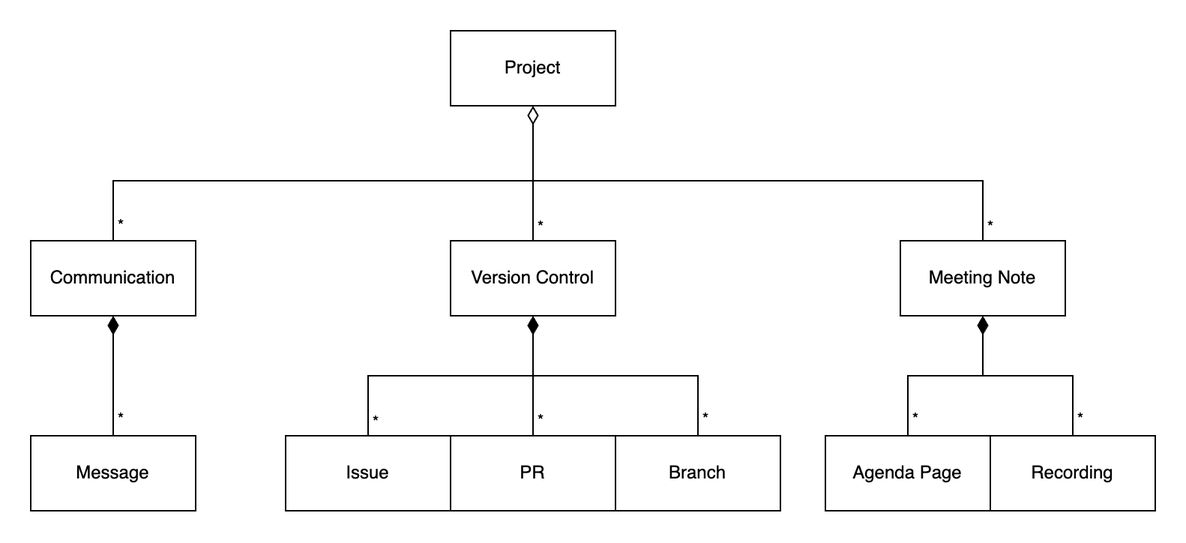
Earlier version of the draw.io export docs/aom.drawio.png (AET-DevOps25/team-scrumbags). Source tidied: cells renumbered, new cells last; positions are measured from the earlier drawing's top-left corner, leaving out a move shared by most shapes.
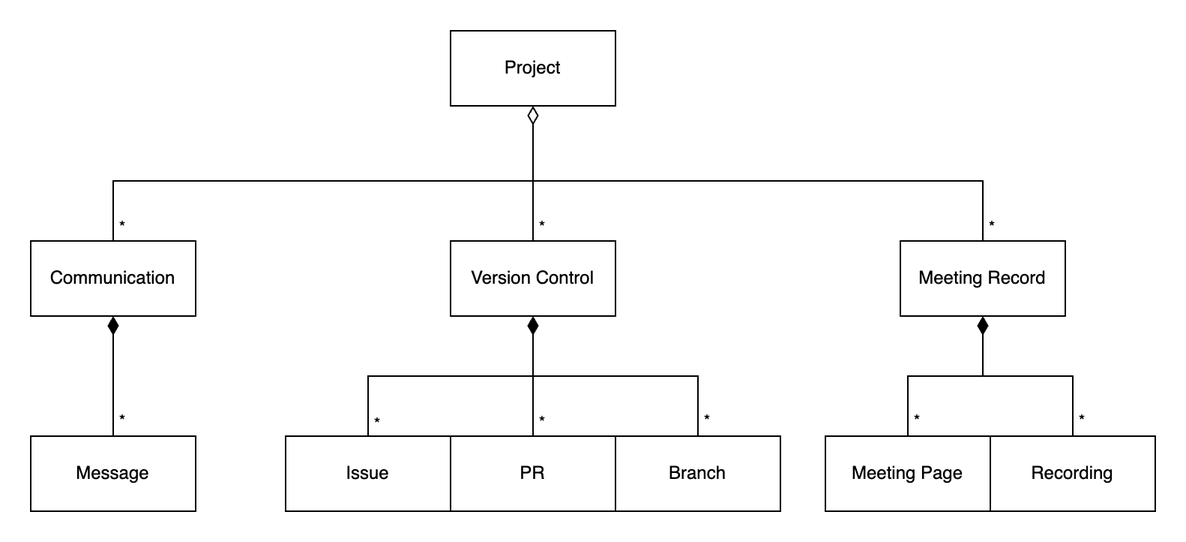
After the commit.

Commit message:
rename meeting notes to meeting records

Diff of the diagram source:
```diff
@@ -45,7 +45,7 @@
         <mxPoint x="4" y="5" as="offset" />
       </mxGeometry>
     </mxCell>
-    <mxCell id="11" value="Meeting Note" style="html=1;whiteSpace=wrap;" parent="1" vertex="1">
+    <mxCell id="11" value="Meeting Record" style="html=1;whiteSpace=wrap;" parent="1" vertex="1">
       <mxGeometry x="580" y="140" width="110" height="50" as="geometry" />
     </mxCell>
     <mxCell id="12" style="edgeStyle=orthogonalEdgeStyle;rounded=0;jettySize=auto;html=1;endArrow=diamondThin;endFill=1;endSize=10;" parent="1" edge="1" source="14" target="11">
@@ -67,7 +67,7 @@
         <mxPoint x="5" as="offset" />
       </mxGeometry>
     </mxCell>
-    <mxCell id="17" value="Agenda Page" style="html=1;whiteSpace=wrap;" parent="1" vertex="1">
+    <mxCell id="17" value="Meeting Page" style="html=1;whiteSpace=wrap;" parent="1" vertex="1">
       <mxGeometry x="530" y="270" width="110" height="50" as="geometry" />
     </mxCell>
     <mxCell id="18" style="edgeStyle=orthogonalEdgeStyle;rounded=0;jettySize=auto;html=1;endArrow=diamondThin;endFill=1;endSize=10;" parent="1" edge="1" source="20" target="8">
```
